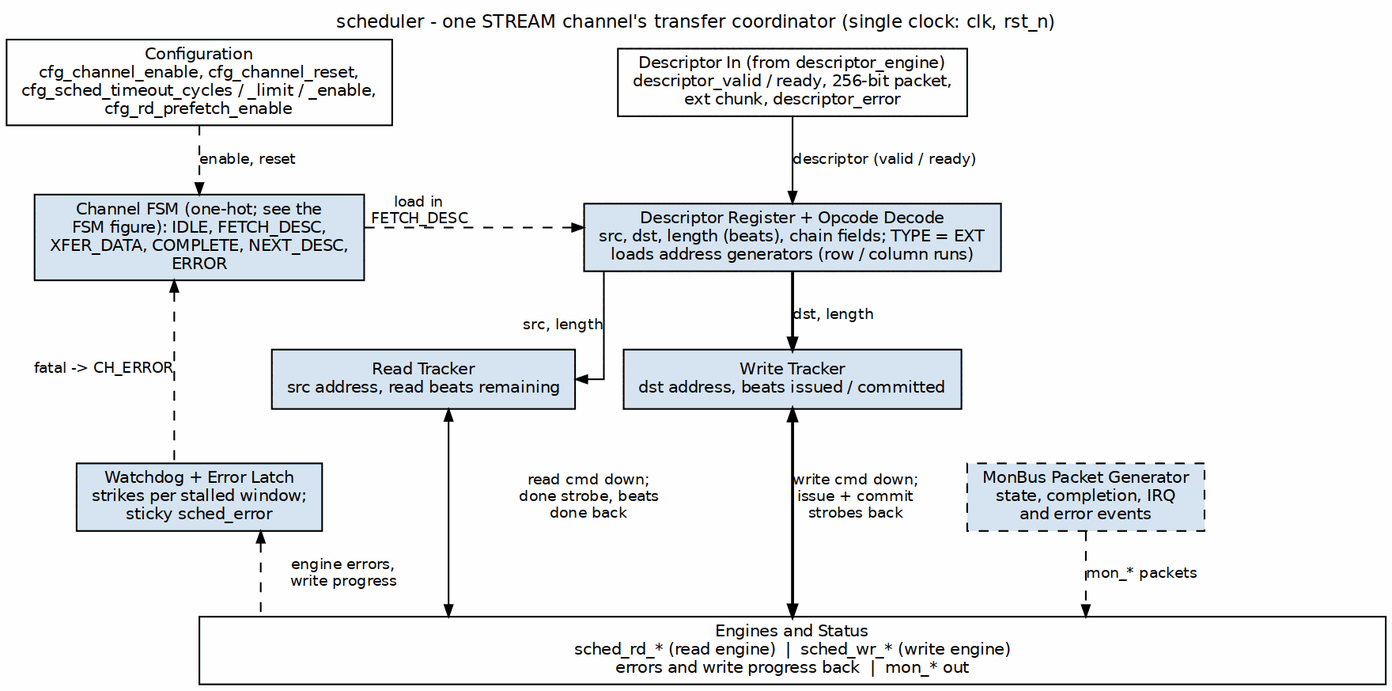
The Graphviz diagram projects/components/dma-ip/stream/docs/stream_mas/assets/graphviz/02_scheduler.png in sean-galloway/RTLDesignSherpa, before a commit. Its source is kept beside it as projects/components/dma-ip/stream/docs/stream_mas/assets/graphviz/02_scheduler.dot.
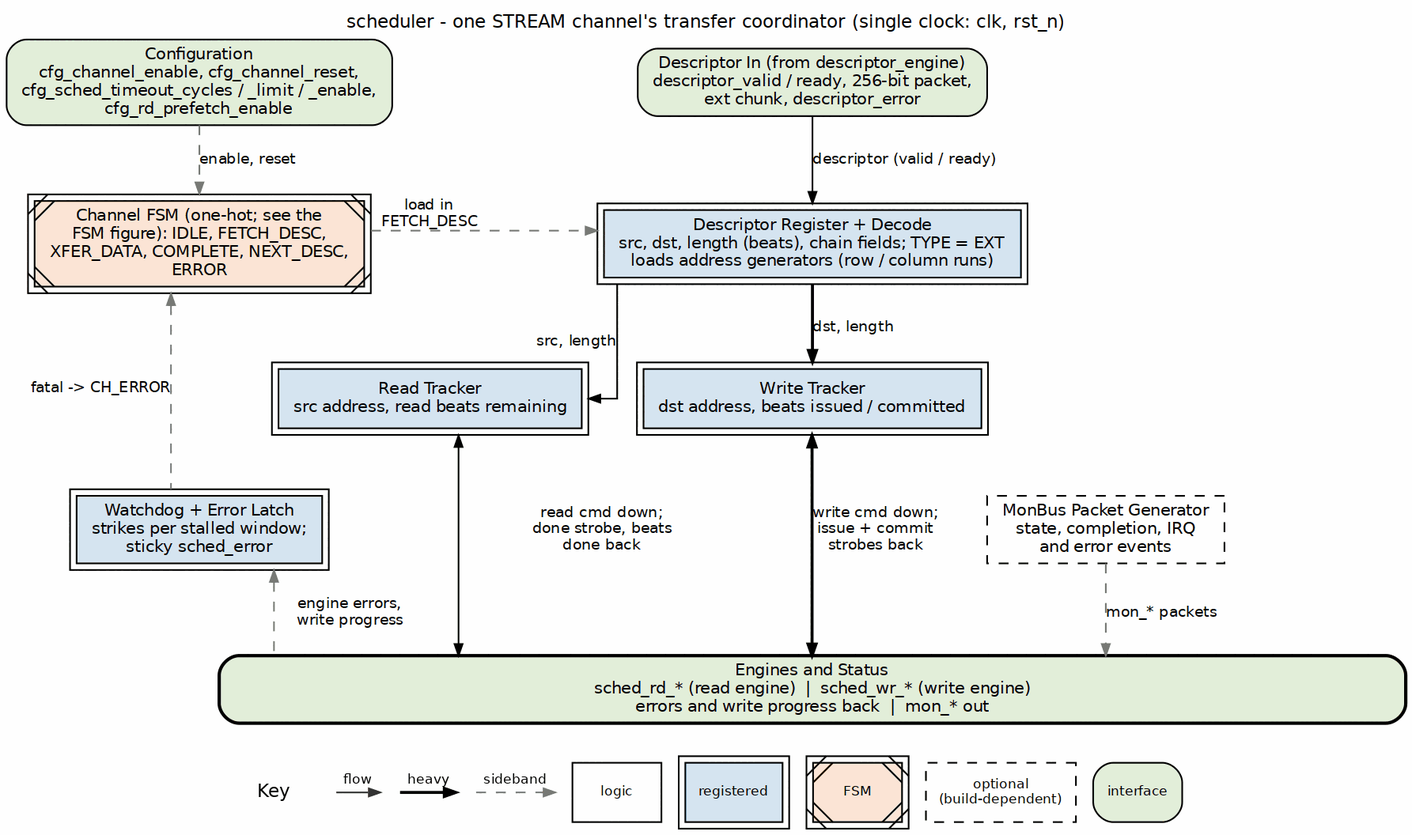
The same file after the commit.

Diff of the diagram source:
```diff
@@ -4,34 +4,34 @@
            label="scheduler - one STREAM channel's transfer coordinator (single clock: clk, rst_n)",
            labelloc=t, labeljust=c];
     node  [fontname="Helvetica", fontsize=10, shape=box, style=filled,
-           fillcolor="#D6E4F0", color="black", margin="0.12,0.06"];
+           fillcolor="white", color="black", margin="0.12,0.06"];
     edge  [fontname="Helvetica", fontsize=9, color="black", arrowsize=0.7];
 
-    cfg  [label="Configuration\ncfg_channel_enable, cfg_channel_reset,\ncfg_sched_timeout_cycles / _limit / _enable,\ncfg_rd_prefetch_enable", fillcolor="white", group=L];
-    din  [label="Descriptor In (from descriptor_engine)\ndescriptor_valid / ready, 256-bit packet,\next chunk, descriptor_error", fillcolor="white", group=C];
+    cfg  [label="Configuration\ncfg_channel_enable, cfg_channel_reset,\ncfg_sched_timeout_cycles / _limit / _enable,\ncfg_rd_prefetch_enable", fillcolor="white", group=L, style="rounded,filled", fillcolor="#E2EFDA"];
+    din  [label="Descriptor In (from descriptor_engine)\ndescriptor_valid / ready, 256-bit packet,\next chunk, descriptor_error", fillcolor="white", group=C, style="rounded,filled", fillcolor="#E2EFDA"];
 
-    fsm  [label="Channel FSM (one-hot; see the\nFSM figure): IDLE, FETCH_DESC,\nXFER_DATA, COMPLETE, NEXT_DESC,\nERROR", group=L];
-    dreg [label="Descriptor Register + Decode\nsrc, dst, length (beats), chain fields; TYPE = EXT\nloads address generators (row / column runs)", group=C];
+    fsm  [label="Channel FSM (one-hot; see the\nFSM figure): IDLE, FETCH_DESC,\nXFER_DATA, COMPLETE, NEXT_DESC,\nERROR", group=L, peripheries=2, style="filled,diagonals", fillcolor="#FCE4D6"];
+    dreg [label="Descriptor Register + Decode\nsrc, dst, length (beats), chain fields; TYPE = EXT\nloads address generators (row / column runs)", group=C, peripheries=2, style="filled", fillcolor="#D6E4F0"];
 
-    rdt  [label="Read Tracker\nsrc address, read beats remaining", group=M];
-    wrt  [label="Write Tracker\ndst address, beats issued / committed", group=C];
+    rdt  [label="Read Tracker\nsrc address, read beats remaining", group=M, peripheries=2, style="filled", fillcolor="#D6E4F0"];
+    wrt  [label="Write Tracker\ndst address, beats issued / committed", group=C, peripheries=2, style="filled", fillcolor="#D6E4F0"];
 
-    wd   [label="Watchdog + Error Latch\nstrikes per stalled window;\nsticky sched_error", group=L];
-    mon  [label="MonBus Packet Generator\nstate, completion, IRQ\nand error events", style="filled,dashed", group=L];
+    wd   [label="Watchdog + Error Latch\nstrikes per stalled window;\nsticky sched_error", group=L, peripheries=2, style="filled", fillcolor="#D6E4F0"];
+    mon  [label="MonBus Packet Generator\nstate, completion, IRQ\nand error events", style="filled,dashed", group=L, style="filled,dashed", fillcolor="white"];
 
     bar [label="Engines and Status\nsched_rd_* (read engine)  |  sched_wr_* (write engine)\nerrors and write progress back  |  mon_* out",
-         fillcolor="white", width=10.0, group=C];
+         fillcolor="white", width=10.0, group=C, style="rounded,filled,bold", fillcolor="#E2EFDA"];
 
     din  -> dreg [label="descriptor (valid / ready)"];
-    cfg  -> fsm  [style=dashed, label="enable, reset"];
-    fsm  -> dreg [style=dashed, xlabel="load in\nFETCH_DESC"];
+    cfg  -> fsm  [style=dashed, color="#777777", label="enable, reset"];
+    fsm  -> dreg [style=dashed, color="#777777", xlabel="load in\nFETCH_DESC"];
     dreg -> rdt  [xlabel="src, length"];
     dreg -> wrt  [label="dst, length", penwidth=1.8];
     rdt  -> bar  [dir=both, label="read cmd down;\ndone strobe, beats\ndone back"];
     wrt  -> bar  [dir=both, penwidth=1.8, label="write cmd down;\nissue + commit\nstrobes back"];
-    fsm  -> wd   [dir=back, style=dashed, xlabel="fatal -> CH_ERROR"];
-    wd   -> bar  [dir=back, style=dashed, label="engine errors,\nwrite progress"];
-    mon  -> bar  [style=dashed, label="mon_* packets"];
+    fsm  -> wd   [dir=back, style=dashed, color="#777777", xlabel="fatal -> CH_ERROR"];
+    wd   -> bar  [dir=back, style=dashed, color="#777777", label="engine errors,\nwrite progress"];
+    mon  -> bar  [style=dashed, color="#777777", label="mon_* packets"];
 
     { rank=same; cfg; din; }
     cfg -> din [style=invis];
```
